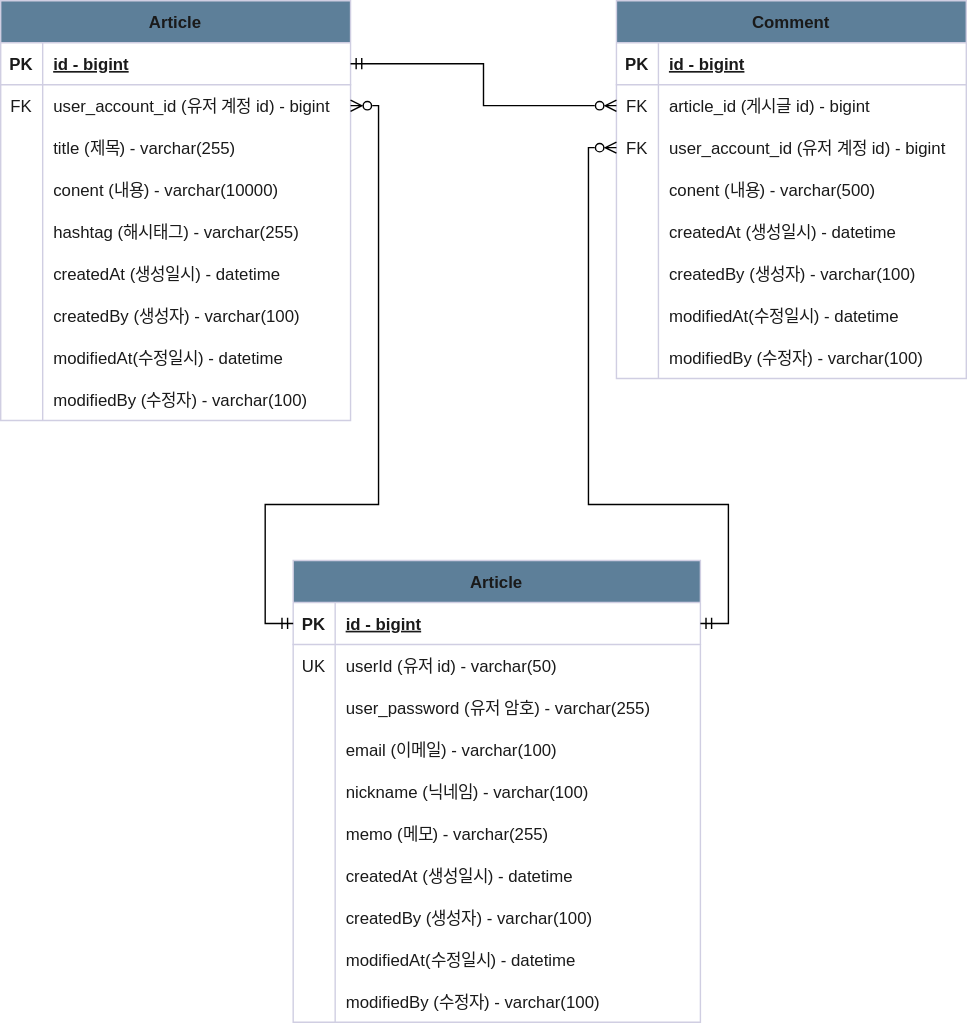
leewg97/board-project keeps this draw.io diagram as document/erd.svg. Above is the earlier version. Source tidied: cells renumbered, new cells last; positions are measured from the earlier drawing's top-left corner, leaving out a move shared by most shapes.
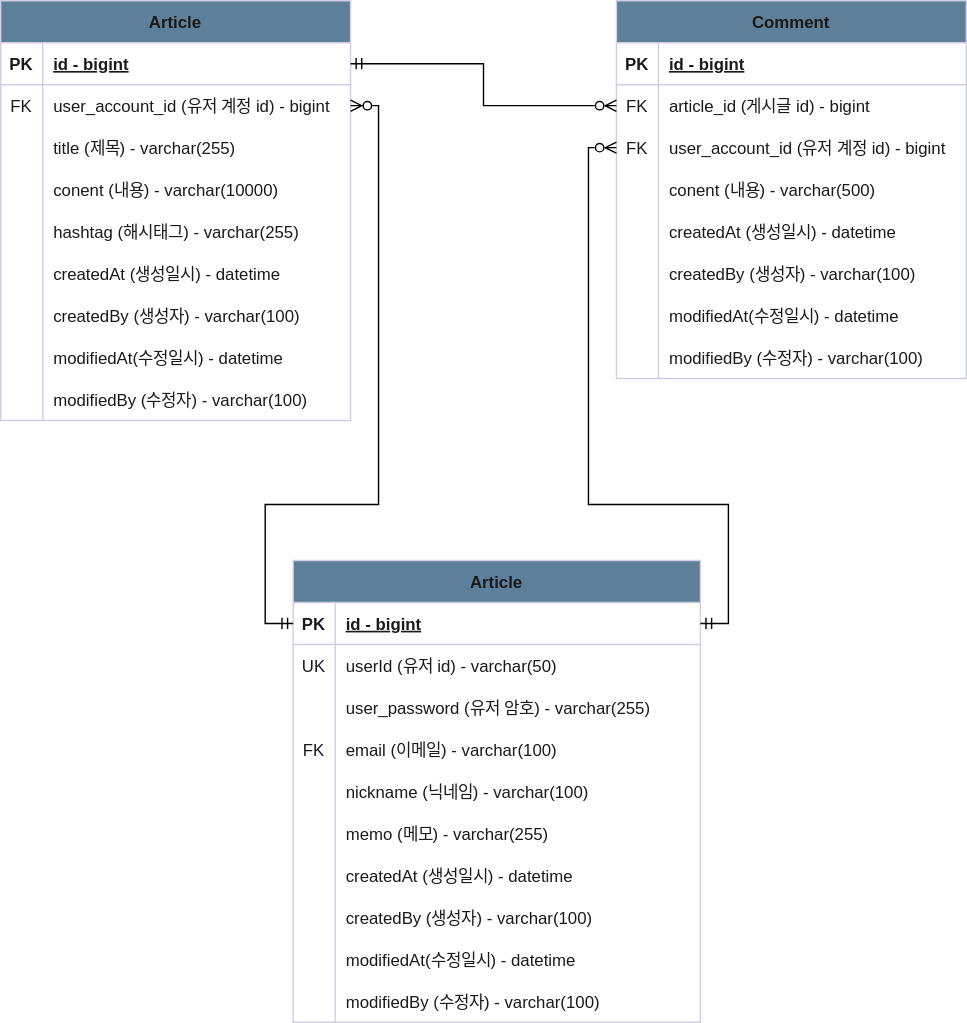
The same diagram one commit later.

What changed in the source:
```diff
@@ -197,7 +197,7 @@
     <mxCell id="66" style="shape=tableRow;horizontal=0;startSize=0;swimlaneHead=0;swimlaneBody=0;fillColor=none;top=0;left=0;right=0;bottom=0;strokeColor=#D0CEE2;fontColor=#1A1A1A;" parent="56" vertex="1">
       <mxGeometry y="120" width="291" height="30" as="geometry" />
     </mxCell>
-    <mxCell id="67" style="shape=partialRectangle;fillColor=none;top=0;left=0;bottom=0;right=0;overflow=hidden;strokeColor=#D0CEE2;fontColor=#1A1A1A;" parent="66" vertex="1">
+    <mxCell id="67" value="FK" style="shape=partialRectangle;fillColor=none;top=0;left=0;bottom=0;right=0;overflow=hidden;strokeColor=#D0CEE2;fontColor=#1A1A1A;" parent="66" vertex="1">
       <mxGeometry width="30" height="30" as="geometry" />
     </mxCell>
     <mxCell id="68" value="email (이메일) - varchar(100)" style="shape=partialRectangle;fillColor=none;top=0;left=0;bottom=0;right=0;align=left;spacingLeft=6;overflow=hidden;strokeColor=#D0CEE2;fontColor=#1A1A1A;" parent="66" vertex="1">
```
